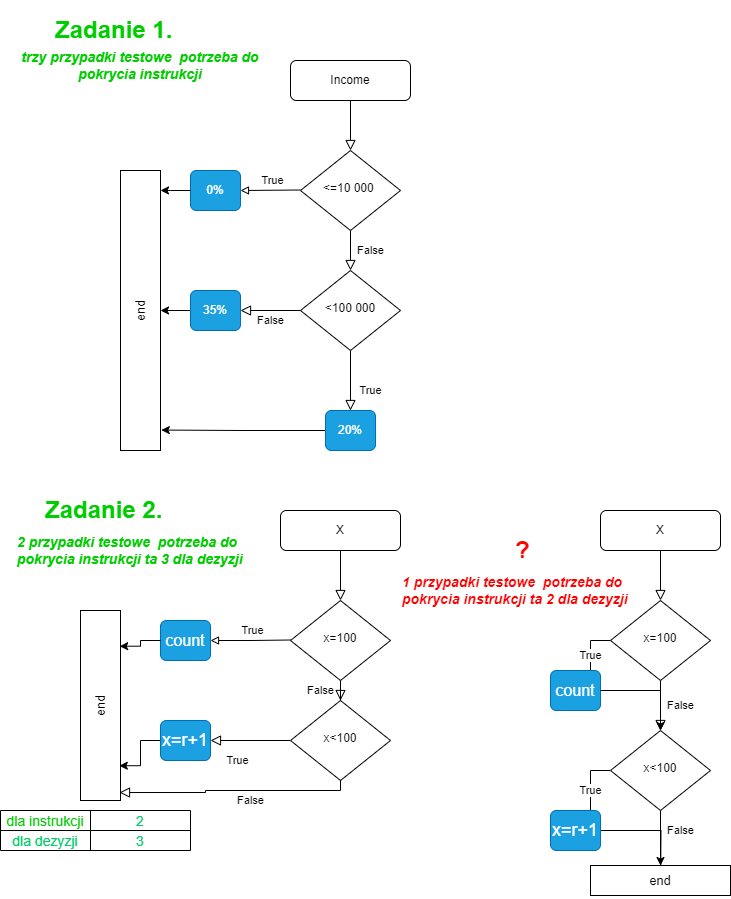
Above: Zadania_1_2.drawio.png in Soldat72/draws_and_charts (draw.io), before the change. Source tidied: cells renumbered, new cells last; positions are measured from the earlier drawing's top-left corner, leaving out a move shared by most shapes.
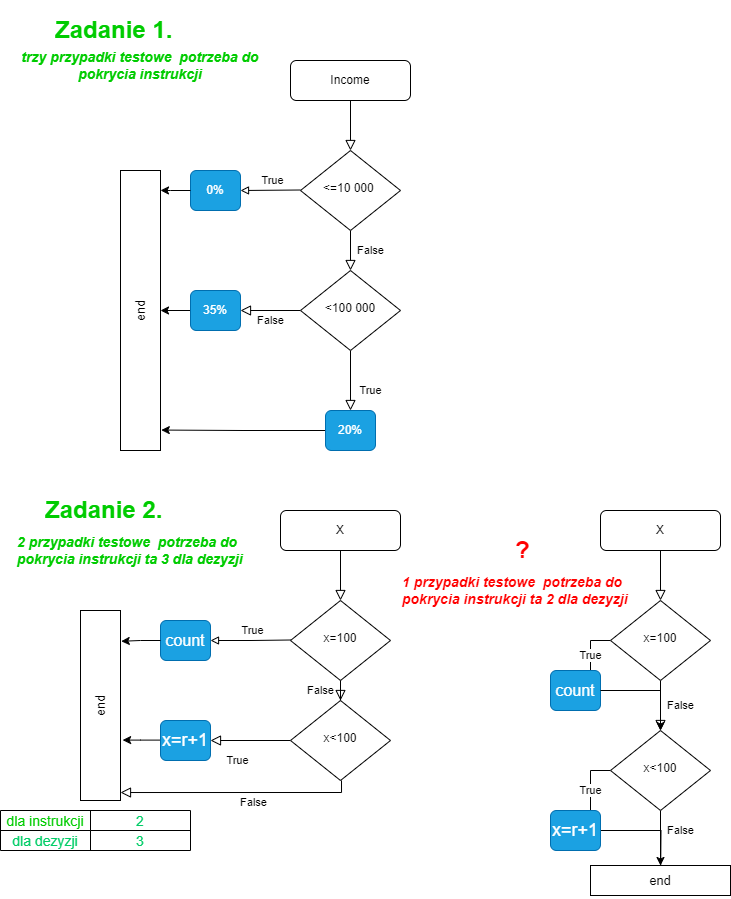
After the commit.

Diff of the diagram source:
```diff
@@ -73,8 +73,12 @@
     <mxCell id="23" value="x&amp;lt;100" style="rhombus;whiteSpace=wrap;html=1;shadow=0;fontFamily=Helvetica;fontSize=12;align=center;strokeWidth=1;spacing=6;spacingTop=-4;" parent="1" vertex="1">
       <mxGeometry x="290" y="690" width="100" height="80" as="geometry" />
     </mxCell>
-    <mxCell id="24" style="edgeStyle=orthogonalEdgeStyle;rounded=0;jettySize=auto;html=1;entryX=0.97;entryY=0.817;entryDx=0;entryDy=0;entryPerimeter=0;" parent="1" edge="1" source="25" target="38">
-      <mxGeometry relative="1" as="geometry" />
+    <mxCell id="24" style="edgeStyle=orthogonalEdgeStyle;rounded=0;jettySize=auto;html=1;entryX=1.053;entryY=0.682;entryDx=0;entryDy=0;entryPerimeter=0;" parent="1" edge="1" source="25" target="38">
+      <mxGeometry relative="1" as="geometry">
+        <Array as="points">
+          <mxPoint x="140" y="730" />
+        </Array>
+      </mxGeometry>
     </mxCell>
     <mxCell id="25" value="x=r+1" style="rounded=1;whiteSpace=wrap;html=1;fontSize=18;glass=0;strokeWidth=1;shadow=0;fillColor=#1ba1e2;fontColor=#ffffff;strokeColor=#006EAF;imageWidth=24;imageHeight=24;" parent="1" vertex="1">
       <mxGeometry x="160" y="710" width="50" height="40" as="geometry" />
@@ -118,7 +122,7 @@
     <mxCell id="38" value="end" style="rounded=0;whiteSpace=wrap;html=1;textDirection=rtl;fontSize=13;direction=east;flipV=0;flipH=0;rotation=0;horizontal=0;" parent="1" vertex="1">
       <mxGeometry x="80" y="600" width="40" height="190" as="geometry" />
     </mxCell>
-    <mxCell id="39" style="edgeStyle=orthogonalEdgeStyle;rounded=0;jettySize=auto;html=1;entryX=0.98;entryY=0.188;entryDx=0;entryDy=0;entryPerimeter=0;" parent="1" edge="1" source="26" target="38">
+    <mxCell id="39" style="edgeStyle=orthogonalEdgeStyle;rounded=0;jettySize=auto;html=1;entryX=1.019;entryY=0.162;entryDx=0;entryDy=0;entryPerimeter=0;" parent="1" edge="1" source="26" target="38">
       <mxGeometry relative="1" as="geometry" />
     </mxCell>
     <mxCell id="40" style="rounded=0;html=1;jettySize=auto;fontSize=11;endArrow=block;endFill=0;endSize=8;strokeWidth=1;shadow=0;labelBackgroundColor=none;edgeStyle=orthogonalEdgeStyle;" parent="1" edge="1" source="41" target="44">
@@ -168,12 +172,12 @@
     <mxCell id="54" value="&lt;h1&gt;?&lt;/h1&gt;" style="text;html=1;strokeColor=none;fillColor=none;spacing=5;spacingTop=-20;whiteSpace=wrap;overflow=hidden;rounded=0;fontColor=#FF0000;" parent="1" vertex="1">
       <mxGeometry x="510" y="520" width="40" height="40" as="geometry" />
     </mxCell>
-    <mxCell id="55" value="False" style="rounded=0;html=1;jettySize=auto;fontSize=11;endArrow=block;endFill=0;endSize=8;strokeWidth=1;shadow=0;labelBackgroundColor=none;edgeStyle=orthogonalEdgeStyle;exitX=0.5;exitY=1;exitDx=0;exitDy=0;entryX=0.975;entryY=0.958;entryDx=0;entryDy=0;entryPerimeter=0;" parent="1" edge="1" source="23" target="38">
+    <mxCell id="55" value="False" style="rounded=0;html=1;jettySize=auto;orthogonalLoop=1;fontSize=11;endArrow=block;endFill=0;endSize=8;strokeWidth=1;shadow=0;labelBackgroundColor=none;edgeStyle=orthogonalEdgeStyle;exitX=0.5;exitY=1;exitDx=0;exitDy=0;entryX=0.975;entryY=0.958;entryDx=0;entryDy=0;entryPerimeter=0;" parent="1" edge="1">
       <mxGeometry x="-0.14" y="10" relative="1" as="geometry">
+        <mxPoint x="341" y="770" as="sourcePoint" />
+        <mxPoint x="120" y="782" as="targetPoint" />
         <Array as="points">
-          <mxPoint x="340" y="780" />
-          <mxPoint x="205" y="780" />
-          <mxPoint x="205" y="782" />
+          <mxPoint x="341" y="782" />
         </Array>
       </mxGeometry>
     </mxCell>
```
